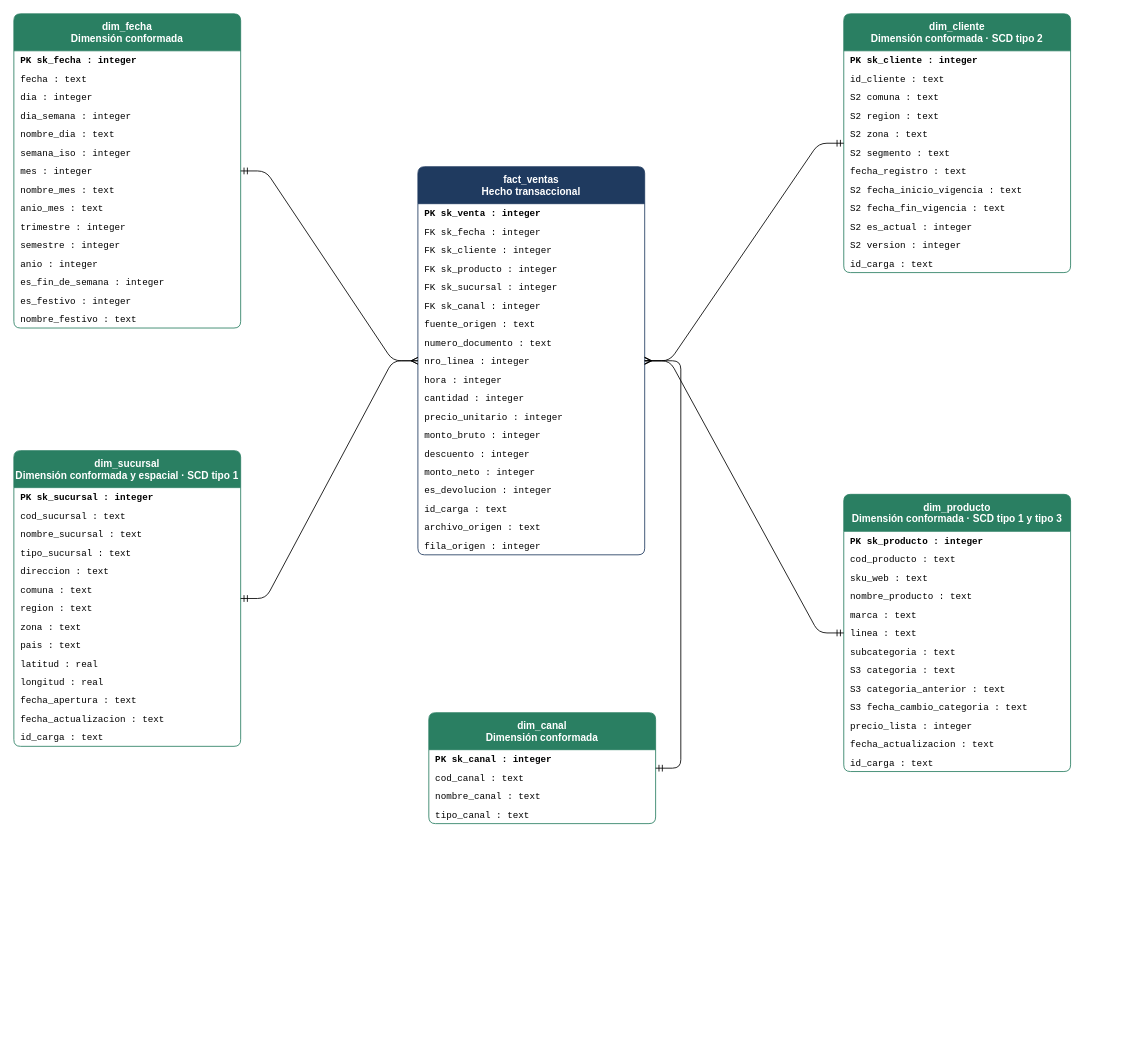
Earlier version of the draw.io diagram docs/modelo_estrella.drawio (catluvies/dataretail360-ep3). Source tidied: cells renumbered, new cells numbered last; positions are measured from the earlier drawing's top-left corner, leaving out a move shared by most shapes. Both pictures are drawn from the tidied source at 84%, with x=0, y=0 at pixel (13, 13).
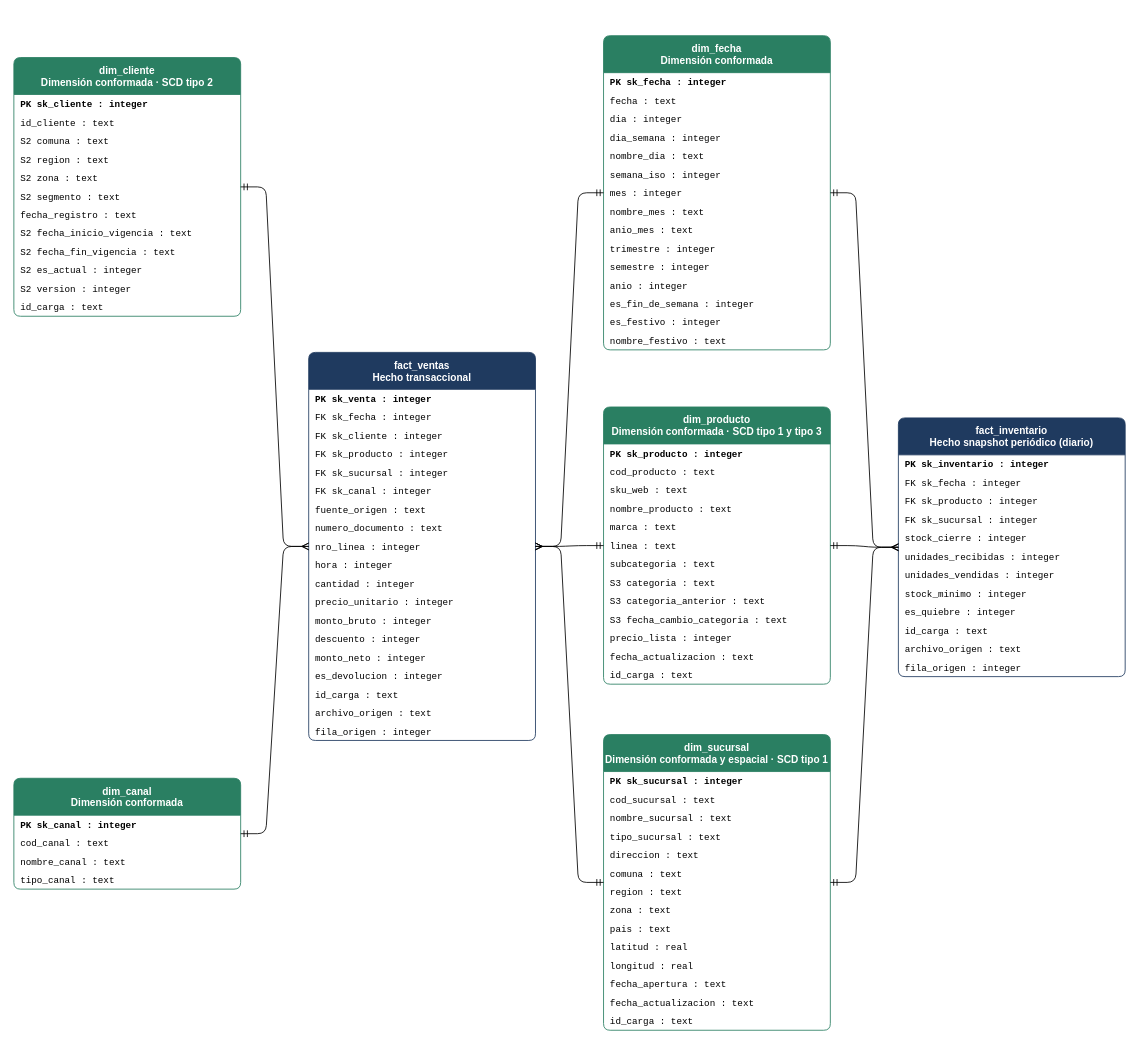
After the change.

Diff of the diagram source:
```diff
@@
     <mxCell id="2" value="fact_ventas&#10;Hecho transaccional" style="swimlane;fontStyle=1;horizontal=1;startSize=44;fillColor=#1f3a5f;fontColor=#ffffff;strokeColor=#1f3a5f;rounded=1;arcSize=6;html=0;" parent="1" vertex="1">
-      <mxGeometry x="481" y="182" width="270" height="462" as="geometry" />
+      <mxGeometry x="351" y="403" width="270" height="462" as="geometry" />
     </mxCell>
@@
+    <mxCell id="90" value="fact_inventario&#10;Hecho snapshot periódico (diario)" style="swimlane;fontStyle=1;horizontal=1;startSize=44;fillColor=#1f3a5f;fontColor=#ffffff;strokeColor=#1f3a5f;rounded=1;arcSize=6;html=0;" parent="1" vertex="1">
+      <mxGeometry x="1053" y="481" width="270" height="308" as="geometry" />
+    </mxCell>
+    <mxCell id="91" value="PK  sk_inventario : integer" style="text;align=left;verticalAlign=middle;spacingLeft=6;fontFamily=Courier New;fontSize=11;fontStyle=1;" parent="90" vertex="1">
+      <mxGeometry y="44" width="270" height="22" as="geometry" />
+    </mxCell>
+    <mxCell id="92" value="FK  sk_fecha : integer" style="text;align=left;verticalAlign=middle;spacingLeft=6;fontFamily=Courier New;fontSize=11;" parent="90" vertex="1">
+      <mxGeometry y="66" width="270" height="22" as="geometry" />
+    </mxCell>
+    <mxCell id="93" value="FK  sk_producto : integer" style="text;align=left;verticalAlign=middle;spacingLeft=6;fontFamily=Courier New;fontSize=11;" parent="90" vertex="1">
+      <mxGeometry y="88" width="270" height="22" as="geometry" />
+    </mxCell>
+    <mxCell id="94" value="FK  sk_sucursal : integer" style="text;align=left;verticalAlign=middle;spacingLeft=6;fontFamily=Courier New;fontSize=11;" parent="90" vertex="1">
+      <mxGeometry y="110" width="270" height="22" as="geometry" />
+    </mxCell>
+    <mxCell id="95" value="    stock_cierre : integer" style="text;align=left;verticalAlign=middle;spacingLeft=6;fontFamily=Courier New;fontSize=11;" parent="90" vertex="1">
+      <mxGeometry y="132" width="270" height="22" as="geometry" />
+    </mxCell>
+    <mxCell id="96" value="    unidades_recibidas : integer" style="text;align=left;verticalAlign=middle;spacingLeft=6;fontFamily=Courier New;fontSize=11;" parent="90" vertex="1">
+      <mxGeometry y="154" width="270" height="22" as="geometry" />
+    </mxCell>
+    <mxCell id="97" value="    unidades_vendidas : integer" style="text;align=left;verticalAlign=middle;spacingLeft=6;fontFamily=Courier New;fontSize=11;" parent="90" vertex="1">
+      <mxGeometry y="176" width="270" height="22" as="geometry" />
+    </mxCell>
+    <mxCell id="98" value="    stock_minimo : integer" style="text;align=left;verticalAlign=middle;spacingLeft=6;fontFamily=Courier New;fontSize=11;" parent="90" vertex="1">
+      <mxGeometry y="198" width="270" height="22" as="geometry" />
+    </mxCell>
+    <mxCell id="99" value="    es_quiebre : integer" style="text;align=left;verticalAlign=middle;spacingLeft=6;fontFamily=Courier New;fontSize=11;" parent="90" vertex="1">
+      <mxGeometry y="220" width="270" height="22" as="geometry" />
+    </mxCell>
+    <mxCell id="100" value="    id_carga : text" style="text;align=left;verticalAlign=middle;spacingLeft=6;fontFamily=Courier New;fontSize=11;" parent="90" vertex="1">
+      <mxGeometry y="242" width="270" height="22" as="geometry" />
+    </mxCell>
+    <mxCell id="101" value="    archivo_origen : text" style="text;align=left;verticalAlign=middle;spacingLeft=6;fontFamily=Courier New;fontSize=11;" parent="90" vertex="1">
+      <mxGeometry y="264" width="270" height="22" as="geometry" />
+    </mxCell>
+    <mxCell id="102" value="    fila_origen : integer" style="text;align=left;verticalAlign=middle;spacingLeft=6;fontFamily=Courier New;fontSize=11;" parent="90" vertex="1">
+      <mxGeometry y="286" width="270" height="22" as="geometry" />
+    </mxCell>
     <mxCell id="22" value="dim_fecha&#10;Dimensión conformada" style="swimlane;fontStyle=1;horizontal=1;startSize=44;fillColor=#2a7f62;fontColor=#ffffff;strokeColor=#2a7f62;rounded=1;arcSize=6;html=0;" parent="1" vertex="1">
-      <mxGeometry width="270" height="374" as="geometry" />
+      <mxGeometry x="702" y="26" width="270" height="374" as="geometry" />
     </mxCell>
@@
     <mxCell id="38" value="dim_cliente&#10;Dimensión conformada · SCD tipo 2" style="swimlane;fontStyle=1;horizontal=1;startSize=44;fillColor=#2a7f62;fontColor=#ffffff;strokeColor=#2a7f62;rounded=1;arcSize=6;html=0;" parent="1" vertex="1">
-      <mxGeometry x="988" width="270" height="308" as="geometry" />
+      <mxGeometry y="52" width="270" height="308" as="geometry" />
     </mxCell>
@@
     <mxCell id="51" value="dim_producto&#10;Dimensión conformada · SCD tipo 1 y tipo 3" style="swimlane;fontStyle=1;horizontal=1;startSize=44;fillColor=#2a7f62;fontColor=#ffffff;strokeColor=#2a7f62;rounded=1;arcSize=6;html=0;" parent="1" vertex="1">
-      <mxGeometry x="988" y="572" width="270" height="330" as="geometry" />
+      <mxGeometry x="702" y="468" width="270" height="330" as="geometry" />
     </mxCell>
@@
     <mxCell id="65" value="dim_sucursal&#10;Dimensión conformada y espacial · SCD tipo 1" style="swimlane;fontStyle=1;horizontal=1;startSize=44;fillColor=#2a7f62;fontColor=#ffffff;strokeColor=#2a7f62;rounded=1;arcSize=6;html=0;" parent="1" vertex="1">
-      <mxGeometry y="520" width="270" height="352" as="geometry" />
+      <mxGeometry x="702" y="858" width="270" height="352" as="geometry" />
     </mxCell>
@@
     <mxCell id="80" value="dim_canal&#10;Dimensión conformada" style="swimlane;fontStyle=1;horizontal=1;startSize=44;fillColor=#2a7f62;fontColor=#ffffff;strokeColor=#2a7f62;rounded=1;arcSize=6;html=0;" parent="1" vertex="1">
-      <mxGeometry x="494" y="832" width="270" height="132" as="geometry" />
+      <mxGeometry y="910" width="270" height="132" as="geometry" />
     </mxCell>
@@
+    <mxCell id="89" style="edgeStyle=entityRelationEdgeStyle;endArrow=ERmany;startArrow=ERmandOne;endFill=0;startFill=0;" parent="1" edge="1" source="80" target="2">
+      <mxGeometry relative="1" as="geometry" />
+    </mxCell>
+    <mxCell id="88" style="edgeStyle=entityRelationEdgeStyle;endArrow=ERmany;startArrow=ERmandOne;endFill=0;startFill=0;" parent="1" edge="1" source="65" target="2">
+      <mxGeometry relative="1" as="geometry" />
+    </mxCell>
+    <mxCell id="87" style="edgeStyle=entityRelationEdgeStyle;endArrow=ERmany;startArrow=ERmandOne;endFill=0;startFill=0;" parent="1" edge="1" source="51" target="2">
+      <mxGeometry relative="1" as="geometry" />
+    </mxCell>
+    <mxCell id="86" style="edgeStyle=entityRelationEdgeStyle;endArrow=ERmany;startArrow=ERmandOne;endFill=0;startFill=0;" parent="1" edge="1" source="38" target="2">
+      <mxGeometry relative="1" as="geometry" />
+    </mxCell>
@@
-    <mxCell id="86" style="edgeStyle=entityRelationEdgeStyle;endArrow=ERmany;startArrow=ERmandOne;endFill=0;startFill=0;" parent="1" edge="1" source="38" target="2">
-      <mxGeometry relative="1" as="geometry" />
-    </mxCell>
-    <mxCell id="87" style="edgeStyle=entityRelationEdgeStyle;endArrow=ERmany;startArrow=ERmandOne;endFill=0;startFill=0;" parent="1" edge="1" source="51" target="2">
-      <mxGeometry relative="1" as="geometry" />
-    </mxCell>
-    <mxCell id="88" style="edgeStyle=entityRelationEdgeStyle;endArrow=ERmany;startArrow=ERmandOne;endFill=0;startFill=0;" parent="1" edge="1" source="65" target="2">
-      <mxGeometry relative="1" as="geometry" />
-    </mxCell>
-    <mxCell id="89" style="edgeStyle=entityRelationEdgeStyle;endArrow=ERmany;startArrow=ERmandOne;endFill=0;startFill=0;" parent="1" edge="1" source="80" target="2">
-      <mxGeometry relative="1" as="geometry" />
-    </mxCell>
+    <mxCell id="103" style="edgeStyle=entityRelationEdgeStyle;endArrow=ERmany;startArrow=ERmandOne;endFill=0;startFill=0;" parent="1" edge="1" source="65" target="90">
+      <mxGeometry relative="1" as="geometry" />
+    </mxCell>
+    <mxCell id="104" style="edgeStyle=entityRelationEdgeStyle;endArrow=ERmany;startArrow=ERmandOne;endFill=0;startFill=0;" parent="1" edge="1" source="51" target="90">
+      <mxGeometry relative="1" as="geometry" />
+    </mxCell>
+    <mxCell id="105" style="edgeStyle=entityRelationEdgeStyle;endArrow=ERmany;startArrow=ERmandOne;endFill=0;startFill=0;" parent="1" edge="1" source="22" target="90">
+      <mxGeometry relative="1" as="geometry" />
+    </mxCell>
```
